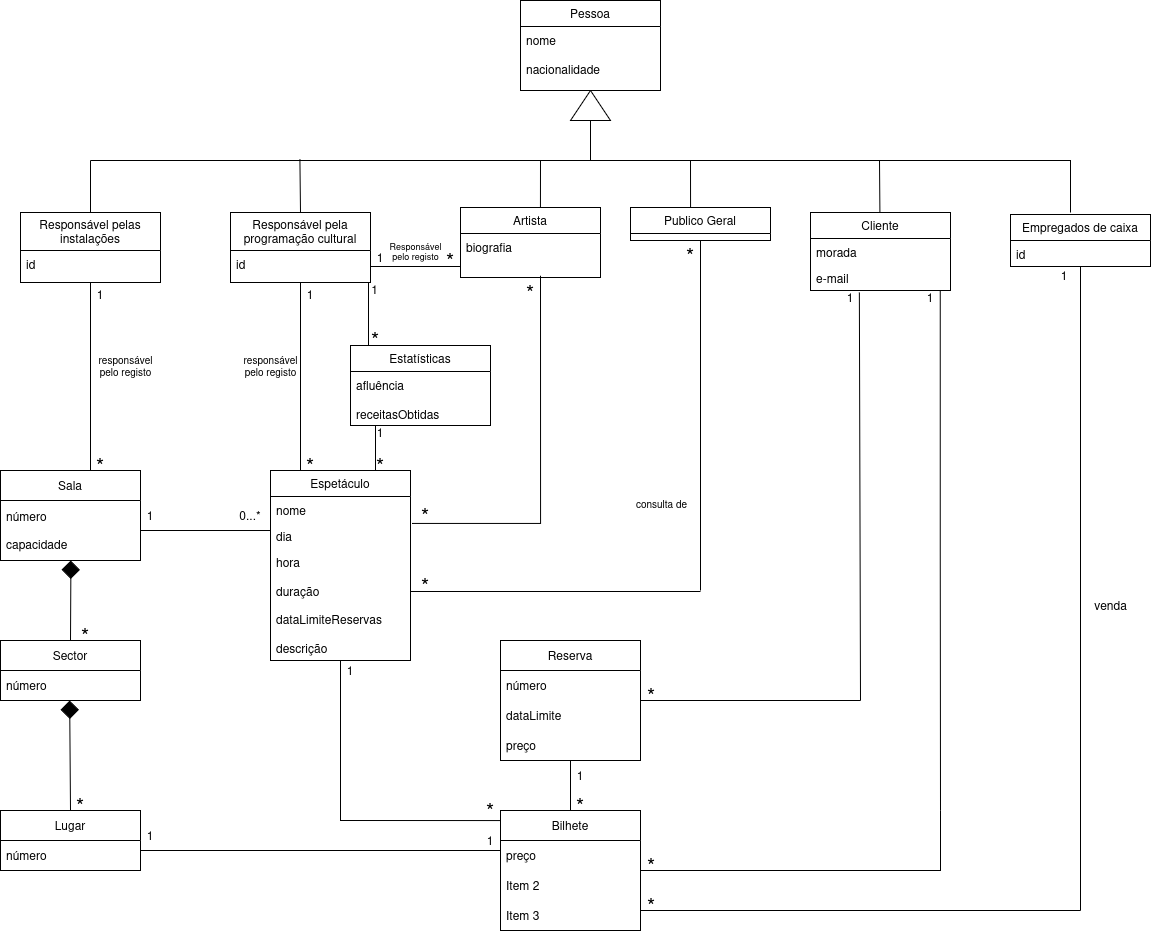
leorsd/ESOF_UML keeps this draw.io diagram as UML_Classes.drawio.png. Above is the earlier version. Source tidied: cells renumbered, new cells last; positions are measured from the earlier drawing's top-left corner, leaving out a move shared by most shapes.
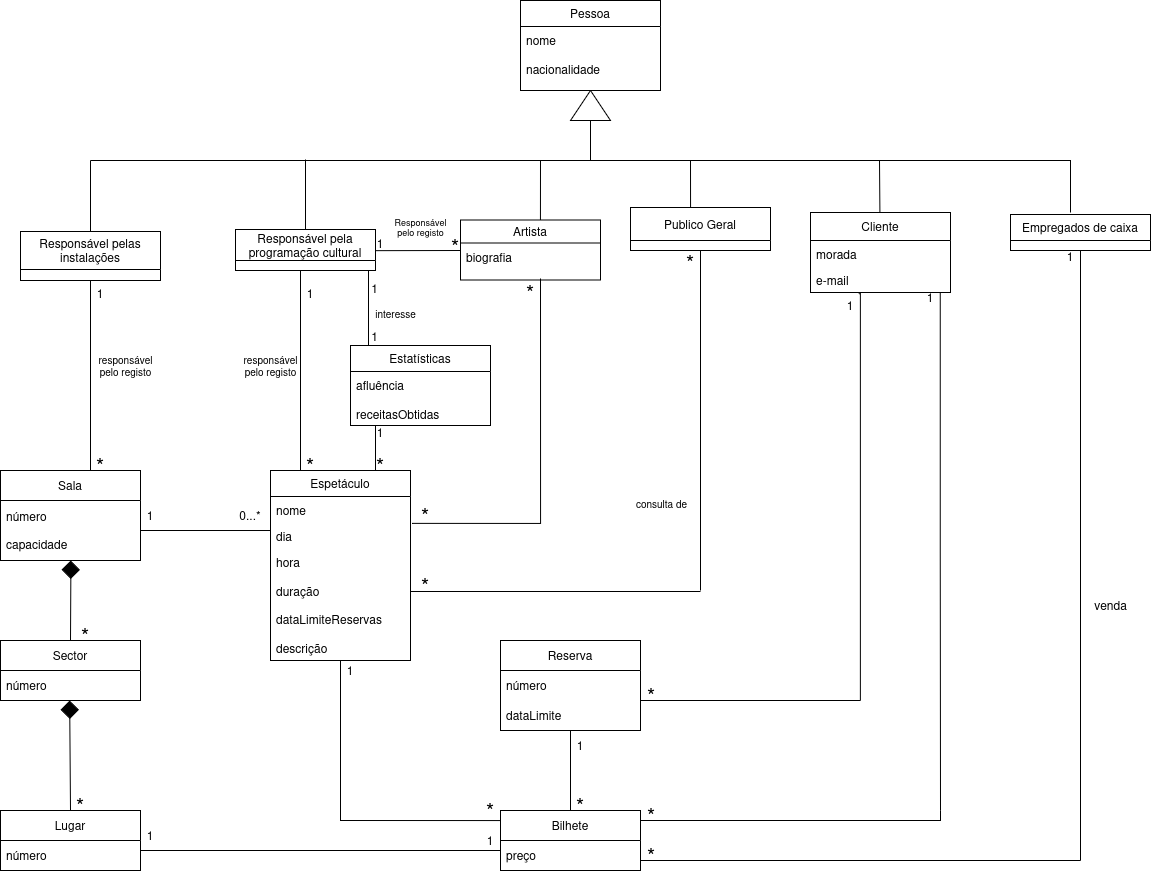
The same diagram one commit later.

Change to the diagram source:
```diff
@@ -2,11 +2,11 @@
   <root>
     <mxCell id="0" />
     <mxCell id="1" parent="0" />
-    <mxCell id="2" value="Artista" style="swimlane;fontStyle=0;horizontal=1;startSize=26;fillColor=none;whiteSpace=wrap;html=1;" parent="1" vertex="1">
-      <mxGeometry x="460" y="207" width="140" height="70" as="geometry" />
+    <mxCell id="2" value="Artista" style="swimlane;fontStyle=0;horizontal=1;startSize=23;fillColor=none;whiteSpace=wrap;html=1;" parent="1" vertex="1">
+      <mxGeometry x="460" y="219.5" width="140" height="60" as="geometry" />
     </mxCell>
     <mxCell id="3" value="&lt;div&gt;biografia&lt;/div&gt;" style="text;strokeColor=none;fillColor=none;align=left;verticalAlign=top;spacingLeft=4;spacingRight=4;overflow=hidden;points=[[0,0.5],[1,0.5]];portConstraint=eastwest;whiteSpace=wrap;html=1;" parent="2" vertex="1">
-      <mxGeometry y="26" width="140" height="44" as="geometry" />
+      <mxGeometry y="23" width="140" height="37" as="geometry" />
     </mxCell>
     <mxCell id="4" value="Sala" style="swimlane;fontStyle=0;horizontal=1;startSize=30;whiteSpace=wrap;html=1;" parent="1" vertex="1">
       <mxGeometry y="470" width="140" height="90" as="geometry" />
@@ -66,11 +66,8 @@
       </mxGeometry>
     </mxCell>
     <mxCell id="20" value="Responsável pelas instalações" style="swimlane;fontStyle=0;horizontal=1;startSize=38;fillColor=none;whiteSpace=wrap;html=1;" parent="1" vertex="1">
-      <mxGeometry x="20" y="212" width="140" height="70" as="geometry" />
+      <mxGeometry x="20" y="231" width="140" height="49" as="geometry" />
     </mxCell>
-    <mxCell id="21" value="id" style="text;strokeColor=none;fillColor=none;align=left;verticalAlign=top;spacingLeft=4;spacingRight=4;overflow=hidden;whiteSpace=wrap;html=1;" parent="20" vertex="1">
-      <mxGeometry y="38" width="140" height="32" as="geometry" />
-    </mxCell>
     <mxCell id="22" style="edgeStyle=orthogonalEdgeStyle;rounded=0;jettySize=auto;html=1;endArrow=none;startFill=0;" parent="1" edge="1" source="23">
       <mxGeometry relative="1" as="geometry">
         <mxPoint x="300" y="470" as="targetPoint" />
@@ -79,33 +76,23 @@
         </Array>
       </mxGeometry>
     </mxCell>
-    <mxCell id="23" value="&lt;div&gt;Responsável pela &lt;br&gt;&lt;/div&gt;&lt;div&gt;programação cultural&lt;/div&gt;" style="swimlane;fontStyle=0;horizontal=1;startSize=38;fillColor=none;whiteSpace=wrap;html=1;" parent="1" vertex="1">
-      <mxGeometry x="230" y="212" width="140" height="70" as="geometry" />
+    <mxCell id="23" value="&lt;div&gt;Responsável pela &lt;br&gt;&lt;/div&gt;&lt;div&gt;programação cultural&lt;/div&gt;" style="swimlane;fontStyle=0;horizontal=1;startSize=31;fillColor=none;whiteSpace=wrap;html=1;" parent="1" vertex="1">
+      <mxGeometry x="235" y="229" width="140" height="41" as="geometry" />
     </mxCell>
-    <mxCell id="24" value="id" style="text;strokeColor=none;fillColor=none;align=left;verticalAlign=top;spacingLeft=4;spacingRight=4;overflow=hidden;points=[[0,0.5],[1,0.5]];portConstraint=eastwest;whiteSpace=wrap;html=1;" parent="23" vertex="1">
-      <mxGeometry y="38" width="140" height="32" as="geometry" />
-    </mxCell>
     <mxCell id="25" style="edgeStyle=orthogonalEdgeStyle;rounded=0;jettySize=auto;html=1;endArrow=none;startFill=0;" parent="1" edge="1" source="26">
       <mxGeometry relative="1" as="geometry">
         <mxPoint x="940" y="810" as="targetPoint" />
         <Array as="points">
-          <mxPoint x="940" y="870" />
-          <mxPoint x="940" y="810" />
+          <mxPoint x="940" y="820" />
         </Array>
       </mxGeometry>
     </mxCell>
     <mxCell id="26" value="Bilhete" style="swimlane;fontStyle=0;horizontal=1;startSize=30;whiteSpace=wrap;html=1;" parent="1" vertex="1">
-      <mxGeometry x="500" y="810" width="140" height="120" as="geometry" />
+      <mxGeometry x="500" y="810" width="140" height="60" as="geometry" />
     </mxCell>
     <mxCell id="27" value="preço" style="text;strokeColor=none;fillColor=none;align=left;verticalAlign=middle;spacingLeft=4;spacingRight=4;overflow=hidden;whiteSpace=wrap;html=1;" parent="26" vertex="1">
       <mxGeometry y="30" width="140" height="30" as="geometry" />
     </mxCell>
-    <mxCell id="28" value="Item 2" style="text;strokeColor=none;fillColor=none;align=left;verticalAlign=middle;spacingLeft=4;spacingRight=4;overflow=hidden;whiteSpace=wrap;html=1;" parent="26" vertex="1">
-      <mxGeometry y="60" width="140" height="30" as="geometry" />
-    </mxCell>
-    <mxCell id="29" value="Item 3" style="text;strokeColor=none;fillColor=none;align=left;verticalAlign=middle;spacingLeft=4;spacingRight=4;overflow=hidden;points=[[0,0.5],[1,0.5]];portConstraint=eastwest;whiteSpace=wrap;html=1;" parent="26" vertex="1">
-      <mxGeometry y="90" width="140" height="30" as="geometry" />
-    </mxCell>
     <mxCell id="30" style="triangle;whiteSpace=wrap;html=1;rotation=-180;direction=south;" parent="1" vertex="1">
       <mxGeometry x="570" y="90" width="40" height="30" as="geometry" />
     </mxCell>
@@ -144,7 +131,7 @@
     </mxCell>
     <mxCell id="37" style="endArrow=none;html=1;rounded=0;exitX=0.5;exitY=0;exitDx=0;exitDy=0;" parent="1" edge="1" source="23">
       <mxGeometry relative="1" as="geometry">
-        <mxPoint x="299.4" y="159" as="targetPoint" />
+        <mxPoint x="305" y="159" as="targetPoint" />
       </mxGeometry>
     </mxCell>
     <mxCell id="38" value="&lt;font&gt;*&lt;/font&gt;" style="text;html=1;align=center;verticalAlign=middle;whiteSpace=wrap;rounded=0;fontSize=21;" parent="1" vertex="1">
@@ -192,14 +179,14 @@
         <mxPoint x="470" y="160" as="targetPoint" />
       </mxGeometry>
     </mxCell>
-    <mxCell id="49" value="Cliente" style="swimlane;fontStyle=0;horizontal=1;startSize=26;fillColor=none;whiteSpace=wrap;html=1;" parent="1" vertex="1">
-      <mxGeometry x="810" y="212" width="140" height="78" as="geometry" />
+    <mxCell id="49" value="Cliente" style="swimlane;fontStyle=0;horizontal=1;startSize=28;fillColor=none;whiteSpace=wrap;html=1;" parent="1" vertex="1">
+      <mxGeometry x="810" y="212" width="140" height="80" as="geometry" />
     </mxCell>
     <mxCell id="50" value="morada" style="text;strokeColor=none;fillColor=none;align=left;verticalAlign=top;spacingLeft=4;spacingRight=4;overflow=hidden;whiteSpace=wrap;html=1;" parent="49" vertex="1">
-      <mxGeometry y="26" width="140" height="26" as="geometry" />
+      <mxGeometry y="28" width="140" height="26" as="geometry" />
     </mxCell>
     <mxCell id="51" value="e-mail" style="text;strokeColor=none;fillColor=none;align=left;verticalAlign=top;spacingLeft=4;spacingRight=4;overflow=hidden;points=[[0,0.5],[1,0.5]];portConstraint=eastwest;whiteSpace=wrap;html=1;" parent="49" vertex="1">
-      <mxGeometry y="52" width="140" height="26" as="geometry" />
+      <mxGeometry y="54" width="140" height="26" as="geometry" />
     </mxCell>
     <mxCell id="52" value="Pessoa" style="swimlane;fontStyle=0;horizontal=1;startSize=26;fillColor=none;whiteSpace=wrap;html=1;" parent="1" vertex="1">
       <mxGeometry x="520" width="140" height="90" as="geometry" />
@@ -208,29 +195,32 @@
       <mxGeometry y="26" width="140" height="64" as="geometry" />
     </mxCell>
     <mxCell id="54" value="&lt;div&gt;Responsável&lt;/div&gt;&lt;div&gt;pelo registo&lt;/div&gt;" style="text;html=1;align=center;verticalAlign=middle;strokeColor=none;fillColor=none;fontSize=9;" parent="1" vertex="1">
-      <mxGeometry x="375" y="231" width="80" height="40" as="geometry" />
+      <mxGeometry x="380" y="207" width="80" height="40" as="geometry" />
     </mxCell>
-    <mxCell id="55" style="edgeStyle=orthogonalEdgeStyle;rounded=0;jettySize=auto;html=1;entryX=0;entryY=0.75;entryDx=0;entryDy=0;entryPerimeter=0;endArrow=none;startFill=0;" parent="1" edge="1" source="24" target="3">
-      <mxGeometry relative="1" as="geometry" />
+    <mxCell id="55" style="edgeStyle=orthogonalEdgeStyle;rounded=0;orthogonalLoop=1;jettySize=auto;html=1;entryX=-0.002;entryY=0.739;entryDx=0;entryDy=0;entryPerimeter=0;endArrow=none;startFill=0;exitX=1;exitY=1;exitDx=0;exitDy=0;" parent="1" edge="1">
+      <mxGeometry relative="1" as="geometry">
+        <mxPoint x="375" y="250.2" as="sourcePoint" />
+        <mxPoint x="459.7" y="250" as="targetPoint" />
+        <Array as="points">
+          <mxPoint x="376" y="250.2" />
+        </Array>
+      </mxGeometry>
     </mxCell>
     <mxCell id="56" style="edgeStyle=orthogonalEdgeStyle;rounded=0;jettySize=auto;html=1;endArrow=none;startFill=0;" parent="1" edge="1" source="57">
       <mxGeometry relative="1" as="geometry">
-        <mxPoint x="1080" y="910" as="targetPoint" />
+        <mxPoint x="1080" y="860" as="targetPoint" />
       </mxGeometry>
     </mxCell>
     <mxCell id="57" value="Empregados de caixa" style="swimlane;fontStyle=0;horizontal=1;startSize=26;fillColor=none;whiteSpace=wrap;html=1;" parent="1" vertex="1">
-      <mxGeometry x="1010" y="214" width="140" height="52" as="geometry" />
+      <mxGeometry x="1010" y="214" width="140" height="36" as="geometry" />
     </mxCell>
-    <mxCell id="58" value="id" style="text;strokeColor=none;fillColor=none;align=left;verticalAlign=top;spacingLeft=4;spacingRight=4;overflow=hidden;whiteSpace=wrap;html=1;" parent="57" vertex="1">
-      <mxGeometry y="26" width="140" height="26" as="geometry" />
-    </mxCell>
     <mxCell id="59" style="edgeStyle=orthogonalEdgeStyle;rounded=0;jettySize=auto;html=1;endArrow=none;startFill=0;" parent="1" edge="1" source="60">
       <mxGeometry relative="1" as="geometry">
         <mxPoint x="700" y="590" as="targetPoint" />
       </mxGeometry>
     </mxCell>
-    <mxCell id="60" value="Publico Geral" style="swimlane;fontStyle=0;horizontal=1;startSize=26;fillColor=none;whiteSpace=wrap;html=1;" parent="1" vertex="1">
-      <mxGeometry x="630" y="207" width="140" height="33" as="geometry" />
+    <mxCell id="60" value="Publico Geral" style="swimlane;fontStyle=0;horizontal=1;startSize=33;fillColor=none;whiteSpace=wrap;html=1;" parent="1" vertex="1">
+      <mxGeometry x="630" y="207" width="140" height="43" as="geometry" />
     </mxCell>
     <mxCell id="61" value="1" style="text;html=1;align=center;verticalAlign=middle;whiteSpace=wrap;rounded=0;" parent="1" vertex="1">
       <mxGeometry x="120" y="820" width="60" height="30" as="geometry" />
@@ -244,11 +234,8 @@
       </mxGeometry>
     </mxCell>
     <mxCell id="64" value="&lt;font&gt;*&lt;/font&gt;" style="text;html=1;align=center;verticalAlign=middle;whiteSpace=wrap;rounded=0;fontSize=21;" parent="1" vertex="1">
-      <mxGeometry x="420" y="245" width="60" height="30" as="geometry" />
+      <mxGeometry x="425" y="231" width="60" height="30" as="geometry" />
     </mxCell>
-    <mxCell id="65" value="1" style="text;html=1;align=center;verticalAlign=middle;whiteSpace=wrap;rounded=0;spacingTop=0;spacing=2;spacingBottom=7;" parent="1" vertex="1">
-      <mxGeometry x="350" y="245" width="60" height="30" as="geometry" />
-    </mxCell>
     <mxCell id="66" style="edgeStyle=orthogonalEdgeStyle;rounded=0;orthogonalLoop=1;jettySize=auto;html=1;endArrow=none;startFill=0;" parent="1" edge="1">
       <mxGeometry relative="1" as="geometry">
         <mxPoint x="410" y="591" as="sourcePoint" />
@@ -259,7 +246,7 @@
       <mxGeometry x="900" y="282" width="60" height="30" as="geometry" />
     </mxCell>
     <mxCell id="68" value="&lt;font&gt;*&lt;/font&gt;" style="text;html=1;align=center;verticalAlign=middle;whiteSpace=wrap;rounded=0;fontSize=21;" parent="1" vertex="1">
-      <mxGeometry x="621" y="850" width="60" height="30" as="geometry" />
+      <mxGeometry x="621" y="800" width="60" height="30" as="geometry" />
     </mxCell>
     <mxCell id="69" style="edgeStyle=orthogonalEdgeStyle;rounded=0;orthogonalLoop=1;jettySize=auto;html=1;entryX=0;entryY=0.167;entryDx=0;entryDy=0;entryPerimeter=0;endArrow=none;startFill=0;" parent="1" edge="1">
       <mxGeometry relative="1" as="geometry">
@@ -283,18 +270,22 @@
       <mxGeometry x="395" y="570" width="60" height="30" as="geometry" />
     </mxCell>
     <mxCell id="74" value="&lt;font&gt;*&lt;/font&gt;" style="text;html=1;align=center;verticalAlign=middle;whiteSpace=wrap;rounded=0;fontSize=21;" parent="1" vertex="1">
-      <mxGeometry x="660" y="240" width="60" height="30" as="geometry" />
+      <mxGeometry x="660" y="247" width="60" height="30" as="geometry" />
     </mxCell>
     <mxCell id="75" style="edgeStyle=orthogonalEdgeStyle;rounded=0;jettySize=auto;html=1;endArrow=none;startFill=0;" parent="1" edge="1" source="77">
       <mxGeometry relative="1" as="geometry">
         <mxPoint x="860" y="700" as="targetPoint" />
+        <Array as="points">
+          <mxPoint x="690" y="700" />
+          <mxPoint x="690" y="700" />
+        </Array>
       </mxGeometry>
     </mxCell>
     <mxCell id="76" style="edgeStyle=orthogonalEdgeStyle;rounded=0;jettySize=auto;html=1;entryX=0.5;entryY=0;entryDx=0;entryDy=0;endArrow=none;startFill=0;" parent="1" edge="1" source="77" target="26">
       <mxGeometry relative="1" as="geometry" />
     </mxCell>
     <mxCell id="77" value="Reserva" style="swimlane;fontStyle=0;horizontal=1;startSize=30;whiteSpace=wrap;html=1;" parent="1" vertex="1">
-      <mxGeometry x="500" y="640" width="140" height="120" as="geometry" />
+      <mxGeometry x="500" y="640" width="140" height="90" as="geometry" />
     </mxCell>
     <mxCell id="78" value="número" style="text;strokeColor=none;fillColor=none;align=left;verticalAlign=middle;spacingLeft=4;spacingRight=4;overflow=hidden;whiteSpace=wrap;html=1;" parent="77" vertex="1">
       <mxGeometry y="30" width="140" height="30" as="geometry" />
@@ -302,9 +293,6 @@
     <mxCell id="79" value="dataLimite" style="text;strokeColor=none;fillColor=none;align=left;verticalAlign=middle;spacingLeft=4;spacingRight=4;overflow=hidden;whiteSpace=wrap;html=1;" parent="77" vertex="1">
       <mxGeometry y="60" width="140" height="30" as="geometry" />
     </mxCell>
-    <mxCell id="80" value="preço" style="text;strokeColor=none;fillColor=none;align=left;verticalAlign=middle;spacingLeft=4;spacingRight=4;overflow=hidden;whiteSpace=wrap;html=1;" parent="77" vertex="1">
-      <mxGeometry y="90" width="140" height="30" as="geometry" />
-    </mxCell>
     <mxCell id="81" style="edgeStyle=orthogonalEdgeStyle;rounded=0;jettySize=auto;html=1;exitX=0.349;exitY=1.077;exitDx=0;exitDy=0;exitPerimeter=0;endArrow=none;startFill=0;" parent="1" edge="1" source="51">
       <mxGeometry relative="1" as="geometry">
         <mxPoint x="860" y="700" as="targetPoint" />
@@ -314,7 +302,7 @@
       </mxGeometry>
     </mxCell>
     <mxCell id="82" value="1" style="text;html=1;align=center;verticalAlign=middle;whiteSpace=wrap;rounded=0;" parent="1" vertex="1">
-      <mxGeometry x="820" y="282" width="60" height="30" as="geometry" />
+      <mxGeometry x="820" y="290" width="60" height="30" as="geometry" />
     </mxCell>
     <mxCell id="83" value="&lt;font&gt;*&lt;/font&gt;" style="text;html=1;align=center;verticalAlign=middle;whiteSpace=wrap;rounded=0;fontSize=21;" parent="1" vertex="1">
       <mxGeometry x="621" y="680" width="60" height="30" as="geometry" />
@@ -323,18 +311,22 @@
       <mxGeometry x="550" y="790" width="60" height="30" as="geometry" />
     </mxCell>
     <mxCell id="85" value="1" style="text;html=1;align=center;verticalAlign=middle;whiteSpace=wrap;rounded=0;" parent="1" vertex="1">
-      <mxGeometry x="550" y="760" width="60" height="30" as="geometry" />
+      <mxGeometry x="550" y="730" width="60" height="30" as="geometry" />
     </mxCell>
-    <mxCell id="86" style="edgeStyle=orthogonalEdgeStyle;rounded=0;jettySize=auto;html=1;endArrow=none;startFill=0;exitX=1;exitY=0.333;exitDx=0;exitDy=0;exitPerimeter=0;" parent="1" edge="1" source="29">
+    <mxCell id="86" style="edgeStyle=orthogonalEdgeStyle;rounded=0;orthogonalLoop=1;jettySize=auto;html=1;endArrow=none;startFill=0;" parent="1" edge="1">
       <mxGeometry relative="1" as="geometry">
-        <mxPoint x="1080" y="910" as="targetPoint" />
+        <mxPoint x="640" y="860" as="sourcePoint" />
+        <mxPoint x="1080" y="860" as="targetPoint" />
+        <Array as="points">
+          <mxPoint x="640" y="860" />
+        </Array>
       </mxGeometry>
     </mxCell>
     <mxCell id="87" value="&lt;font&gt;*&lt;/font&gt;" style="text;html=1;align=center;verticalAlign=middle;whiteSpace=wrap;rounded=0;fontSize=21;" parent="1" vertex="1">
-      <mxGeometry x="621" y="890" width="60" height="30" as="geometry" />
+      <mxGeometry x="621" y="840" width="60" height="30" as="geometry" />
     </mxCell>
     <mxCell id="88" value="1" style="text;html=1;align=center;verticalAlign=middle;whiteSpace=wrap;rounded=0;" parent="1" vertex="1">
-      <mxGeometry x="1034" y="260" width="60" height="30" as="geometry" />
+      <mxGeometry x="1040" y="240.5" width="60" height="30" as="geometry" />
     </mxCell>
     <mxCell id="89" value="venda" style="text;html=1;align=center;verticalAlign=middle;strokeColor=none;fillColor=none;" parent="1" vertex="1">
       <mxGeometry x="1080" y="590" width="60" height="30" as="geometry" />
@@ -375,13 +367,19 @@
     <mxCell id="98" value="1" style="text;html=1;align=center;verticalAlign=middle;whiteSpace=wrap;rounded=0;spacingTop=0;spacing=2;spacingBottom=7;spacingRight=11;" parent="1" vertex="1">
       <mxGeometry x="350" y="277" width="60" height="30" as="geometry" />
     </mxCell>
-    <mxCell id="99" value="&lt;font&gt;*&lt;/font&gt;" style="text;html=1;align=center;verticalAlign=middle;whiteSpace=wrap;rounded=0;fontSize=21;spacingRight=10;spacingBottom=-8;" parent="1" vertex="1">
-      <mxGeometry x="350" y="320" width="60" height="30" as="geometry" />
-    </mxCell>
     <mxCell id="100" style="endArrow=diamond;html=1;rounded=0;entryX=0.503;entryY=1;entryDx=0;entryDy=0;entryPerimeter=0;endFill=1;endSize=16;exitX=0.5;exitY=0;exitDx=0;exitDy=0;" parent="1" edge="1" source="11">
       <mxGeometry relative="1" as="geometry">
         <mxPoint x="69.2" y="700" as="targetPoint" />
       </mxGeometry>
     </mxCell>
+    <mxCell id="101" value="1" style="text;html=1;align=center;verticalAlign=middle;whiteSpace=wrap;rounded=0;spacingTop=0;spacing=2;spacingBottom=-1;spacingRight=11;" parent="1" vertex="1">
+      <mxGeometry x="350" y="320" width="60" height="30" as="geometry" />
+    </mxCell>
+    <mxCell id="102" value="interesse" style="text;html=1;align=center;verticalAlign=middle;strokeColor=none;fillColor=none;fontSize=10;" parent="1" vertex="1">
+      <mxGeometry x="365" y="298" width="60" height="30" as="geometry" />
+    </mxCell>
+    <mxCell id="65" value="1" style="text;html=1;align=center;verticalAlign=middle;whiteSpace=wrap;rounded=0;spacingTop=0;spacing=2;spacingBottom=7;" parent="1" vertex="1">
+      <mxGeometry x="350" y="231" width="60" height="30" as="geometry" />
+    </mxCell>
   </root>
 </mxGraphModel>
```
